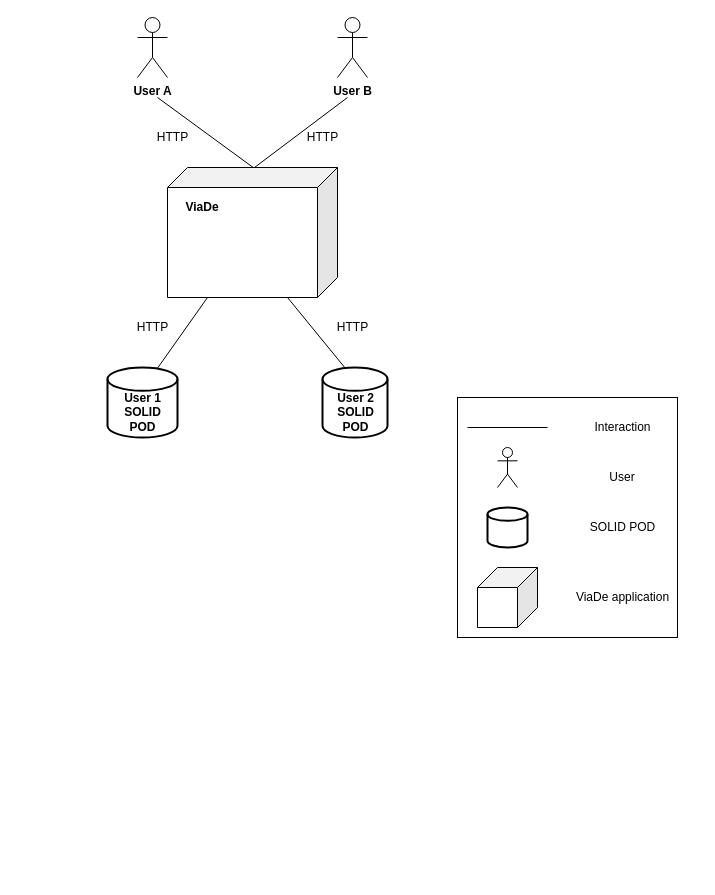
Arquisoft/viade_es1c keeps this draw.io diagram as src/docs/resources/doc03_technicalContextDiagram_16-02.drawio. Above is the earlier version. Source tidied: cells renumbered, new cells numbered last; positions are measured from the earlier drawing's top-left corner, leaving out a move shared by most shapes. Both pictures are drawn from the tidied source at 100%, with x=0, y=0 at pixel (107, 17).
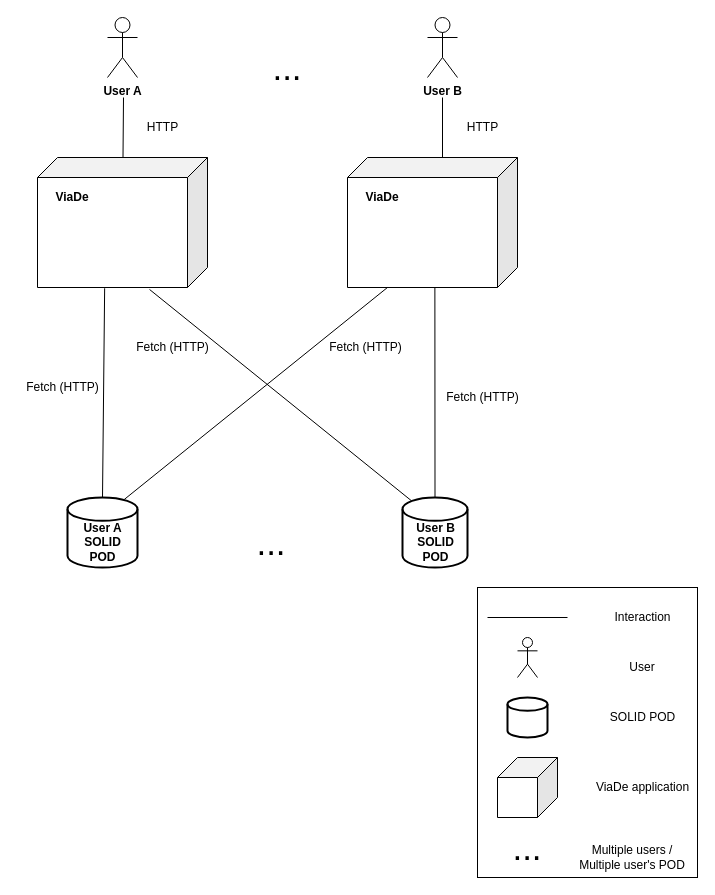
Above is the later version.

Commit message (it also covers changes not shown here):
Improving technical context diagram

Diff of the diagram source:
```diff
@@
     <mxCell id="2" value="&lt;div&gt;&lt;b&gt;User A&lt;br&gt;&lt;/b&gt;&lt;/div&gt;" style="shape=umlActor;verticalLabelPosition=bottom;labelBackgroundColor=#ffffff;verticalAlign=top;html=1;" parent="1" vertex="1">
-      <mxGeometry x="30" width="30" height="60" as="geometry" />
+      <mxGeometry width="30" height="60" as="geometry" />
     </mxCell>
     <mxCell id="3" value="User B" style="shape=umlActor;verticalLabelPosition=bottom;labelBackgroundColor=#ffffff;verticalAlign=top;html=1;align=center;fontStyle=1;" parent="1" vertex="1">
-      <mxGeometry x="230" width="30" height="60" as="geometry" />
+      <mxGeometry x="320" width="30" height="60" as="geometry" />
     </mxCell>
     <mxCell id="4" style="shape=cube;whiteSpace=wrap;html=1;boundedLbl=1;backgroundOutline=1;darkOpacity=0.05;darkOpacity2=0.1;align=center;direction=east;flipH=1;" parent="1" vertex="1">
-      <mxGeometry x="60" y="150" width="170" height="130" as="geometry" />
+      <mxGeometry x="-70" y="140" width="170" height="130" as="geometry" />
     </mxCell>
     <mxCell id="5" style="endArrow=none;html=1;exitX=0.497;exitY=-0.001;exitDx=0;exitDy=0;exitPerimeter=0;" parent="1" edge="1" source="4">
       <mxGeometry relative="1" as="geometry">
-        <mxPoint x="50" y="80" as="targetPoint" />
+        <mxPoint x="16" y="80" as="targetPoint" />
       </mxGeometry>
     </mxCell>
-    <mxCell id="6" style="endArrow=none;html=1;" parent="1" edge="1">
+    <mxCell id="6" style="endArrow=none;html=1;exitX=0;exitY=0;exitDx=75;exitDy=0;exitPerimeter=0;" parent="1" edge="1" source="27">
       <mxGeometry relative="1" as="geometry">
-        <mxPoint x="147" y="150" as="sourcePoint" />
-        <mxPoint x="240" y="80" as="targetPoint" />
+        <mxPoint x="335" y="80" as="targetPoint" />
       </mxGeometry>
     </mxCell>
     <mxCell id="7" value="ViaDe" style="text;html=1;strokeColor=none;fillColor=none;align=center;verticalAlign=middle;whiteSpace=wrap;rounded=0;fontStyle=1;" parent="1" vertex="1">
-      <mxGeometry x="70" y="180" width="50" height="20" as="geometry" />
+      <mxGeometry x="-60" y="170" width="50" height="20" as="geometry" />
     </mxCell>
     <mxCell id="8" value="HTTP" style="text;html=1;align=center;verticalAlign=middle;" parent="1" vertex="1">
-      <mxGeometry x="40" y="110" width="50" height="20" as="geometry" />
+      <mxGeometry x="30" y="100" width="50" height="20" as="geometry" />
     </mxCell>
     <mxCell id="9" value="HTTP" style="text;html=1;align=center;verticalAlign=middle;" parent="1" vertex="1">
-      <mxGeometry x="190" y="110" width="50" height="20" as="geometry" />
+      <mxGeometry x="350" y="100" width="50" height="20" as="geometry" />
     </mxCell>
     <mxCell id="10" style="strokeWidth=2;html=1;shape=mxgraph.flowchart.database;whiteSpace=wrap;align=center;" parent="1" vertex="1">
-      <mxGeometry y="350" width="70" height="70" as="geometry" />
+      <mxGeometry x="-40" y="480" width="70" height="70" as="geometry" />
     </mxCell>
     <mxCell id="11" style="strokeWidth=2;html=1;shape=mxgraph.flowchart.database;whiteSpace=wrap;align=center;" parent="1" vertex="1">
-      <mxGeometry x="215" y="350" width="65" height="70" as="geometry" />
+      <mxGeometry x="295" y="480" width="65" height="70" as="geometry" />
     </mxCell>
-    <mxCell id="12" value="&lt;div&gt;User 1 &lt;br&gt;&lt;/div&gt;&lt;div&gt;SOLID &lt;br&gt;&lt;/div&gt;&lt;div&gt;POD&lt;/div&gt;" style="text;html=1;align=center;verticalAlign=middle;fontStyle=1;" parent="1" vertex="1">
-      <mxGeometry x="10" y="370" width="50" height="50" as="geometry" />
+    <mxCell id="12" value="&lt;div&gt;User A &lt;br&gt;&lt;/div&gt;&lt;div&gt;SOLID &lt;br&gt;&lt;/div&gt;&lt;div&gt;POD&lt;/div&gt;" style="text;html=1;align=center;verticalAlign=middle;fontStyle=1;" parent="1" vertex="1">
+      <mxGeometry x="-30" y="500" width="50" height="50" as="geometry" />
     </mxCell>
-    <mxCell id="13" value="&lt;div&gt;User 2 &lt;br&gt;&lt;/div&gt;&lt;div&gt;SOLID &lt;br&gt;&lt;/div&gt;&lt;div&gt;POD&lt;/div&gt;" style="text;html=1;align=center;verticalAlign=middle;fontStyle=1;" parent="1" vertex="1">
-      <mxGeometry x="222.5" y="370" width="50" height="50" as="geometry" />
+    <mxCell id="13" value="&lt;div&gt;User B &lt;br&gt;&lt;/div&gt;&lt;div&gt;SOLID &lt;br&gt;&lt;/div&gt;&lt;div&gt;POD&lt;/div&gt;" style="text;html=1;align=center;verticalAlign=middle;fontStyle=1;" parent="1" vertex="1">
+      <mxGeometry x="302.5" y="500" width="50" height="50" as="geometry" />
     </mxCell>
-    <mxCell id="14" style="endArrow=none;html=1;exitX=0.71;exitY=0.016;exitDx=0;exitDy=0;exitPerimeter=0;" parent="1" edge="1" source="10">
-      <mxGeometry relative="1" as="geometry">
-        <mxPoint x="100" y="280" as="targetPoint" />
-      </mxGeometry>
+    <mxCell id="14" style="endArrow=none;html=1;entryX=0.605;entryY=1.006;entryDx=0;entryDy=0;entryPerimeter=0;exitX=0.5;exitY=0;exitDx=0;exitDy=0;exitPerimeter=0;" parent="1" edge="1" source="10" target="4">
+      <mxGeometry relative="1" as="geometry" />
     </mxCell>
-    <mxCell id="15" style="endArrow=none;html=1;exitX=0.345;exitY=0.004;exitDx=0;exitDy=0;exitPerimeter=0;" parent="1" edge="1" source="11">
-      <mxGeometry relative="1" as="geometry">
-        <mxPoint x="180" y="280" as="targetPoint" />
-      </mxGeometry>
+    <mxCell id="15" style="endArrow=none;html=1;exitX=0.5;exitY=0;exitDx=0;exitDy=0;exitPerimeter=0;entryX=0.486;entryY=1.002;entryDx=0;entryDy=0;entryPerimeter=0;" parent="1" edge="1" source="11" target="27">
+      <mxGeometry relative="1" as="geometry" />
     </mxCell>
-    <mxCell id="16" value="HTTP" style="text;html=1;align=center;verticalAlign=middle;" parent="1" vertex="1">
-      <mxGeometry x="220" y="300" width="50" height="20" as="geometry" />
+    <mxCell id="16" value="Fetch (HTTP)" style="text;html=1;align=center;verticalAlign=middle;" parent="1" vertex="1">
+      <mxGeometry x="330" y="370" width="90" height="20" as="geometry" />
     </mxCell>
-    <mxCell id="17" value="HTTP" style="text;html=1;align=center;verticalAlign=middle;" parent="1" vertex="1">
-      <mxGeometry x="20" y="300" width="50" height="20" as="geometry" />
+    <mxCell id="17" value="Fetch (HTTP)" style="text;html=1;align=center;verticalAlign=middle;" parent="1" vertex="1">
+      <mxGeometry x="-90" y="360" width="90" height="20" as="geometry" />
     </mxCell>
     <mxCell id="18" style="rounded=0;whiteSpace=wrap;html=1;align=center;" parent="1" vertex="1">
-      <mxGeometry x="350" y="380" width="220" height="240" as="geometry" />
+      <mxGeometry x="370" y="570" width="220" height="290" as="geometry" />
     </mxCell>
     <mxCell id="19" style="endArrow=none;html=1;" parent="1" edge="1">
       <mxGeometry relative="1" as="geometry">
-        <mxPoint x="360" y="410" as="sourcePoint" />
-        <mxPoint x="440" y="410" as="targetPoint" />
+        <mxPoint x="380" y="600" as="sourcePoint" />
+        <mxPoint x="460" y="600" as="targetPoint" />
       </mxGeometry>
     </mxCell>
     <mxCell id="20" value="Interaction" style="text;html=1;align=center;verticalAlign=middle;" parent="1" vertex="1">
-      <mxGeometry x="480" y="400" width="70" height="20" as="geometry" />
+      <mxGeometry x="500" y="590" width="70" height="20" as="geometry" />
     </mxCell>
     <mxCell id="21" style="shape=umlActor;verticalLabelPosition=bottom;labelBackgroundColor=#ffffff;verticalAlign=top;html=1;align=center;" parent="1" vertex="1">
-      <mxGeometry x="390" y="430" width="20" height="40" as="geometry" />
+      <mxGeometry x="410" y="620" width="20" height="40" as="geometry" />
     </mxCell>
     <mxCell id="22" value="User" style="text;html=1;strokeColor=none;fillColor=none;align=center;verticalAlign=middle;whiteSpace=wrap;rounded=0;" parent="1" vertex="1">
-      <mxGeometry x="495" y="450" width="40" height="20" as="geometry" />
+      <mxGeometry x="515" y="640" width="40" height="20" as="geometry" />
     </mxCell>
     <mxCell id="23" style="strokeWidth=2;html=1;shape=mxgraph.flowchart.database;whiteSpace=wrap;align=center;" parent="1" vertex="1">
-      <mxGeometry x="380" y="490" width="40" height="40" as="geometry" />
+      <mxGeometry x="400" y="680" width="40" height="40" as="geometry" />
     </mxCell>
     <mxCell id="24" value="SOLID POD" style="text;html=1;align=center;verticalAlign=middle;" parent="1" vertex="1">
-      <mxGeometry x="475" y="500" width="80" height="20" as="geometry" />
+      <mxGeometry x="495" y="690" width="80" height="20" as="geometry" />
     </mxCell>
     <mxCell id="25" style="shape=cube;whiteSpace=wrap;html=1;boundedLbl=1;backgroundOutline=1;darkOpacity=0.05;darkOpacity2=0.1;align=center;direction=east;flipH=1;" parent="1" vertex="1">
-      <mxGeometry x="370" y="550" width="60" height="60" as="geometry" />
+      <mxGeometry x="390" y="740" width="60" height="60" as="geometry" />
     </mxCell>
     <mxCell id="26" value="ViaDe application" style="text;html=1;align=center;verticalAlign=middle;" parent="1" vertex="1">
-      <mxGeometry x="460" y="570" width="110" height="20" as="geometry" />
+      <mxGeometry x="480" y="760" width="110" height="20" as="geometry" />
     </mxCell>
+    <mxCell id="27" style="shape=cube;whiteSpace=wrap;html=1;boundedLbl=1;backgroundOutline=1;darkOpacity=0.05;darkOpacity2=0.1;align=center;direction=east;flipH=1;" parent="1" vertex="1">
+      <mxGeometry x="240" y="140" width="170" height="130" as="geometry" />
+    </mxCell>
+    <mxCell id="28" value="ViaDe" style="text;html=1;strokeColor=none;fillColor=none;align=center;verticalAlign=middle;whiteSpace=wrap;rounded=0;fontStyle=1;" parent="1" vertex="1">
+      <mxGeometry x="250" y="170" width="50" height="20" as="geometry" />
+    </mxCell>
+    <mxCell id="29" style="endArrow=none;html=1;entryX=0.765;entryY=1;entryDx=0;entryDy=0;entryPerimeter=0;exitX=0.81;exitY=0.029;exitDx=0;exitDy=0;exitPerimeter=0;" parent="1" edge="1" source="10" target="27">
+      <mxGeometry relative="1" as="geometry" />
+    </mxCell>
+    <mxCell id="30" style="endArrow=none;html=1;entryX=0.341;entryY=1.015;entryDx=0;entryDy=0;entryPerimeter=0;exitX=0.133;exitY=0.043;exitDx=0;exitDy=0;exitPerimeter=0;" parent="1" edge="1" source="11" target="4">
+      <mxGeometry relative="1" as="geometry" />
+    </mxCell>
+    <mxCell id="31" value="Fetch (HTTP)" style="text;html=1;align=center;verticalAlign=middle;" parent="1" vertex="1">
+      <mxGeometry x="20" y="320" width="90" height="20" as="geometry" />
+    </mxCell>
+    <mxCell id="32" value="Fetch (HTTP)" style="text;html=1;align=center;verticalAlign=middle;" parent="1" vertex="1">
+      <mxGeometry x="212.5" y="320" width="90" height="20" as="geometry" />
+    </mxCell>
+    <mxCell id="33" value="&lt;font style=&quot;font-size: 35px&quot;&gt;...&lt;/font&gt;" style="text;html=1;strokeColor=none;fillColor=none;align=center;verticalAlign=middle;whiteSpace=wrap;rounded=0;" parent="1" vertex="1">
+      <mxGeometry x="144" y="515" width="40" height="20" as="geometry" />
+    </mxCell>
+    <mxCell id="34" value="&lt;font style=&quot;font-size: 35px&quot;&gt;...&lt;/font&gt;" style="text;html=1;strokeColor=none;fillColor=none;align=center;verticalAlign=middle;whiteSpace=wrap;rounded=0;" parent="1" vertex="1">
+      <mxGeometry x="160" y="40" width="40" height="20" as="geometry" />
+    </mxCell>
+    <mxCell id="35" value="&lt;font style=&quot;font-size: 35px&quot;&gt;...&lt;/font&gt;" style="text;html=1;strokeColor=none;fillColor=none;align=center;verticalAlign=middle;whiteSpace=wrap;rounded=0;" parent="1" vertex="1">
+      <mxGeometry x="400" y="820" width="40" height="20" as="geometry" />
+    </mxCell>
+    <mxCell id="36" value="Multiple users / Multiple user's POD" style="text;html=1;strokeColor=none;fillColor=none;align=center;verticalAlign=middle;whiteSpace=wrap;rounded=0;" parent="1" vertex="1">
+      <mxGeometry x="470" y="830" width="110" height="20" as="geometry" />
+    </mxCell>
```
